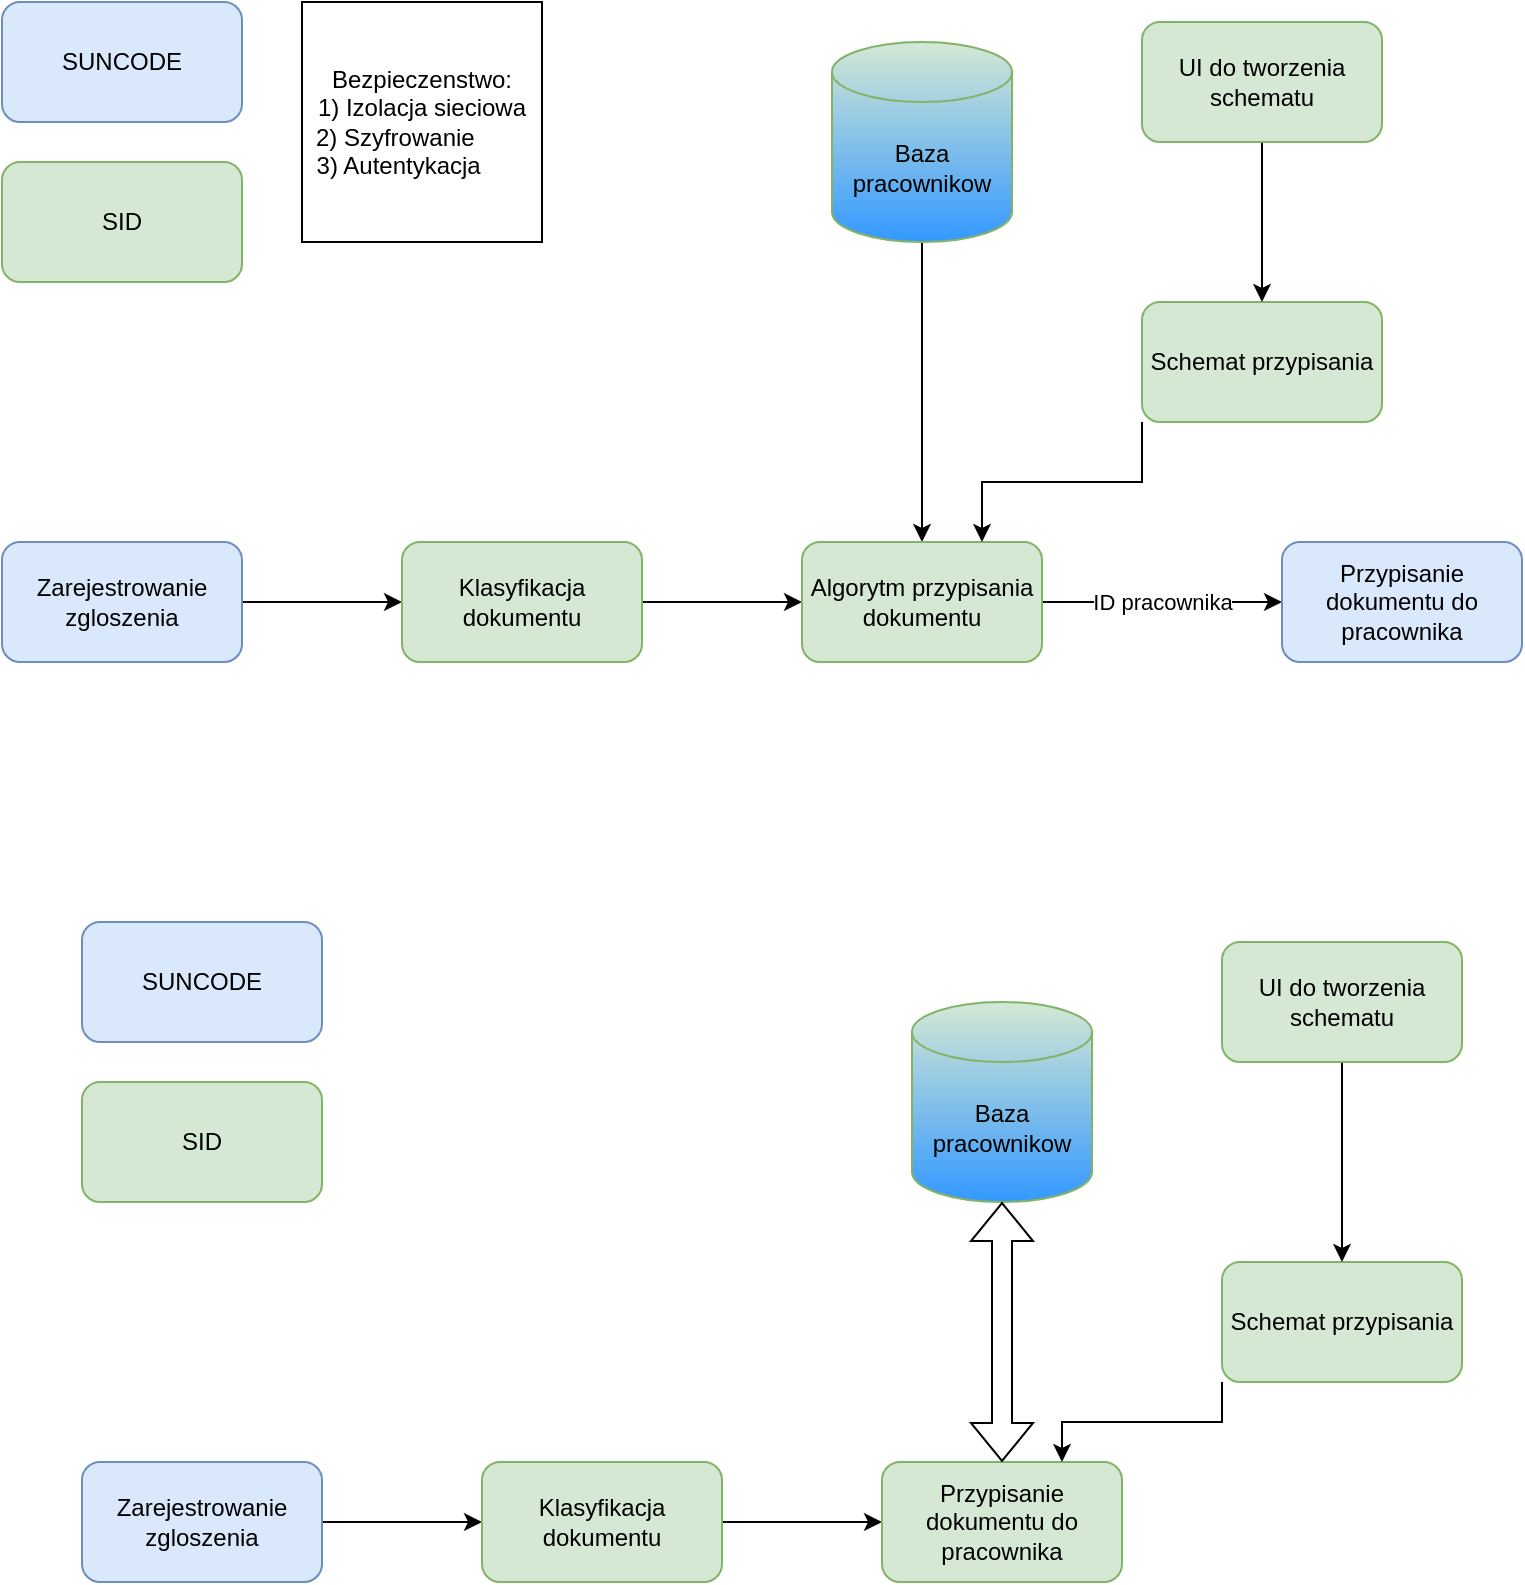
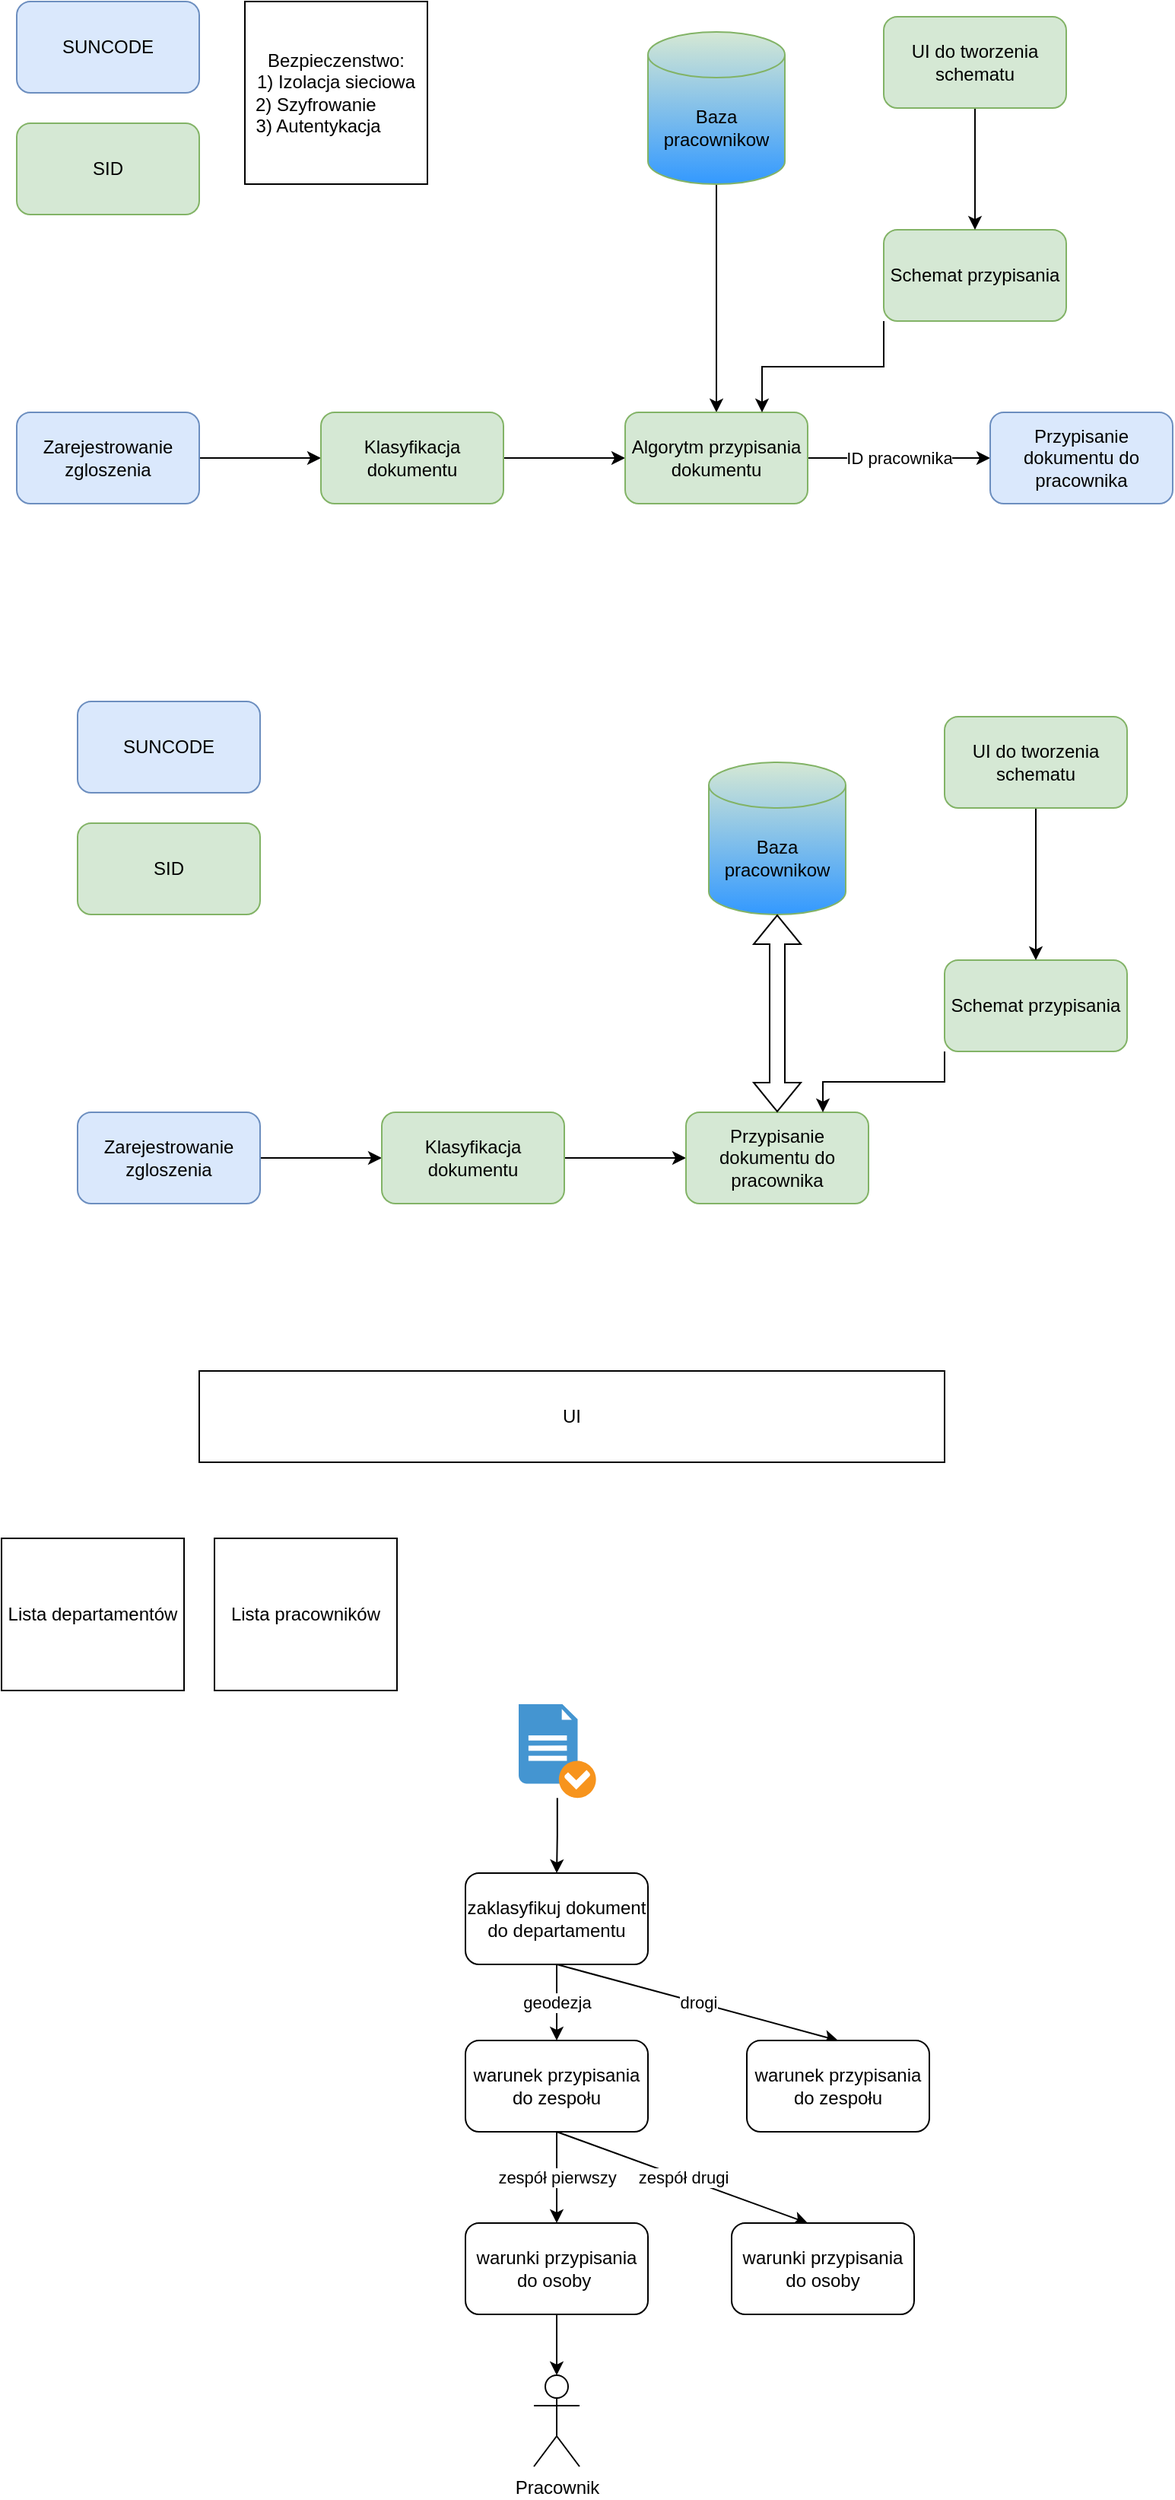
<mxfile host="Electron" agent="Mozilla/5.0 (Windows NT 10.0; Win64; x64) AppleWebKit/537.36 (KHTML, like Gecko) draw.io/29.6.6 Chrome/144.0.7559.236 Electron/40.8.4 Safari/537.36" version="29.6.6">
  <diagram name="Strona-1" id="Aqjeo5CYyHH1Kx1oHISR">
-     <mxGraphModel dx="1028" dy="611" grid="1" gridSize="10" guides="1" tooltips="1" connect="1" arrows="1" fold="1" page="1" pageScale="1" pageWidth="827" pageHeight="1169" math="0" shadow="0">
+     <mxGraphModel dx="1368" dy="813" grid="1" gridSize="10" guides="0" tooltips="1" connect="1" arrows="1" fold="1" page="1" pageScale="1" pageWidth="827" pageHeight="1169" math="0" shadow="0">
      <root>
        <mxCell id="0" />
        <mxCell id="1" parent="0" />
        <mxCell id="AZE4BpPo5r-lAegwchv_-10" edge="1" parent="1" source="AZE4BpPo5r-lAegwchv_-2" style="edgeStyle=orthogonalEdgeStyle;rounded=0;orthogonalLoop=1;jettySize=auto;html=1;exitX=1;exitY=0.5;exitDx=0;exitDy=0;" target="AZE4BpPo5r-lAegwchv_-9">
          <mxGeometry relative="1" as="geometry" />
        </mxCell>
        <mxCell id="AZE4BpPo5r-lAegwchv_-2" parent="1" style="rounded=1;whiteSpace=wrap;html=1;fillColor=#dae8fc;strokeColor=#6c8ebf;" value="Zarejestrowanie zgloszenia" vertex="1">
          <mxGeometry height="60" width="120" x="40" y="320" as="geometry" />
        </mxCell>
        <mxCell id="AZE4BpPo5r-lAegwchv_-20" edge="1" parent="1" source="AZE4BpPo5r-lAegwchv_-4" style="edgeStyle=orthogonalEdgeStyle;rounded=0;orthogonalLoop=1;jettySize=auto;html=1;exitX=0.5;exitY=1;exitDx=0;exitDy=0;exitPerimeter=0;entryX=0.5;entryY=0;entryDx=0;entryDy=0;" target="AZE4BpPo5r-lAegwchv_-11">
          <mxGeometry relative="1" as="geometry" />
        </mxCell>
        <mxCell id="AZE4BpPo5r-lAegwchv_-4" parent="1" style="shape=cylinder3;whiteSpace=wrap;html=1;boundedLbl=1;backgroundOutline=1;size=15;fillColor=#d5e8d4;strokeColor=#82b366;gradientColor=#3399FF;" value="Baza pracownikow" vertex="1">
          <mxGeometry height="100" width="90" x="455" y="70" as="geometry" />
        </mxCell>
        <mxCell id="AZE4BpPo5r-lAegwchv_-5" parent="1" style="rounded=1;whiteSpace=wrap;html=1;fillColor=#dae8fc;strokeColor=#6c8ebf;" value="SUNCODE" vertex="1">
          <mxGeometry height="60" width="120" x="40" y="50" as="geometry" />
        </mxCell>
        <mxCell id="AZE4BpPo5r-lAegwchv_-6" parent="1" style="rounded=1;whiteSpace=wrap;html=1;fillColor=#d5e8d4;strokeColor=#82b366;" value="SID" vertex="1">
          <mxGeometry height="60" width="120" x="40" y="130" as="geometry" />
        </mxCell>
        <mxCell id="AZE4BpPo5r-lAegwchv_-12" edge="1" parent="1" source="AZE4BpPo5r-lAegwchv_-9" style="edgeStyle=orthogonalEdgeStyle;rounded=0;orthogonalLoop=1;jettySize=auto;html=1;exitX=1;exitY=0.5;exitDx=0;exitDy=0;entryX=0;entryY=0.5;entryDx=0;entryDy=0;" target="AZE4BpPo5r-lAegwchv_-11">
          <mxGeometry relative="1" as="geometry" />
        </mxCell>
        <mxCell id="AZE4BpPo5r-lAegwchv_-9" parent="1" style="rounded=1;whiteSpace=wrap;html=1;fillColor=#d5e8d4;strokeColor=#82b366;" value="Klasyfikacja dokumentu" vertex="1">
          <mxGeometry height="60" width="120" x="240" y="320" as="geometry" />
        </mxCell>
        <mxCell id="AZE4BpPo5r-lAegwchv_-19" edge="1" parent="1" source="AZE4BpPo5r-lAegwchv_-11" style="edgeStyle=orthogonalEdgeStyle;rounded=0;orthogonalLoop=1;jettySize=auto;html=1;exitX=1;exitY=0.5;exitDx=0;exitDy=0;" target="AZE4BpPo5r-lAegwchv_-18" value="ID pracownika">
          <mxGeometry relative="1" as="geometry" />
        </mxCell>
        <mxCell id="AZE4BpPo5r-lAegwchv_-11" parent="1" style="rounded=1;whiteSpace=wrap;html=1;fillColor=#d5e8d4;strokeColor=#82b366;" value="Algorytm przypisania dokumentu" vertex="1">
          <mxGeometry height="60" width="120" x="440" y="320" as="geometry" />
        </mxCell>
        <mxCell id="AZE4BpPo5r-lAegwchv_-17" edge="1" parent="1" source="AZE4BpPo5r-lAegwchv_-14" style="edgeStyle=orthogonalEdgeStyle;rounded=0;orthogonalLoop=1;jettySize=auto;html=1;exitX=0;exitY=1;exitDx=0;exitDy=0;entryX=0.75;entryY=0;entryDx=0;entryDy=0;" target="AZE4BpPo5r-lAegwchv_-11">
          <mxGeometry relative="1" as="geometry" />
        </mxCell>
        <mxCell id="AZE4BpPo5r-lAegwchv_-14" parent="1" style="rounded=1;whiteSpace=wrap;html=1;fillColor=#d5e8d4;strokeColor=#82b366;" value="Schemat przypisania" vertex="1">
          <mxGeometry height="60" width="120" x="610" y="200" as="geometry" />
        </mxCell>
        <mxCell id="AZE4BpPo5r-lAegwchv_-16" edge="1" parent="1" source="AZE4BpPo5r-lAegwchv_-15" style="edgeStyle=orthogonalEdgeStyle;rounded=0;orthogonalLoop=1;jettySize=auto;html=1;exitX=0.5;exitY=1;exitDx=0;exitDy=0;entryX=0.5;entryY=0;entryDx=0;entryDy=0;" target="AZE4BpPo5r-lAegwchv_-14">
          <mxGeometry relative="1" as="geometry" />
        </mxCell>
        <mxCell id="AZE4BpPo5r-lAegwchv_-15" parent="1" style="rounded=1;whiteSpace=wrap;html=1;fillColor=#d5e8d4;strokeColor=#82b366;" value="UI do tworzenia schematu" vertex="1">
          <mxGeometry height="60" width="120" x="610" y="60" as="geometry" />
        </mxCell>
        <mxCell id="AZE4BpPo5r-lAegwchv_-18" parent="1" style="rounded=1;whiteSpace=wrap;html=1;fillColor=#dae8fc;strokeColor=#6c8ebf;" value="Przypisanie dokumentu do pracownika" vertex="1">
          <mxGeometry height="60" width="120" x="680" y="320" as="geometry" />
        </mxCell>
        <mxCell id="AZE4BpPo5r-lAegwchv_-21" edge="1" parent="1" source="AZE4BpPo5r-lAegwchv_-22" style="edgeStyle=orthogonalEdgeStyle;rounded=0;orthogonalLoop=1;jettySize=auto;html=1;exitX=1;exitY=0.5;exitDx=0;exitDy=0;" target="AZE4BpPo5r-lAegwchv_-28">
          <mxGeometry relative="1" as="geometry" />
        </mxCell>
        <mxCell id="AZE4BpPo5r-lAegwchv_-22" parent="1" style="rounded=1;whiteSpace=wrap;html=1;fillColor=#dae8fc;strokeColor=#6c8ebf;" value="Zarejestrowanie zgloszenia" vertex="1">
          <mxGeometry height="60" width="120" x="80" y="780" as="geometry" />
        </mxCell>
        <mxCell id="AZE4BpPo5r-lAegwchv_-24" parent="1" style="shape=cylinder3;whiteSpace=wrap;html=1;boundedLbl=1;backgroundOutline=1;size=15;fillColor=#d5e8d4;strokeColor=#82b366;gradientColor=#3399FF;" value="Baza pracownikow" vertex="1">
          <mxGeometry height="100" width="90" x="495" y="550" as="geometry" />
        </mxCell>
        <mxCell id="AZE4BpPo5r-lAegwchv_-25" parent="1" style="rounded=1;whiteSpace=wrap;html=1;fillColor=#dae8fc;strokeColor=#6c8ebf;" value="SUNCODE" vertex="1">
          <mxGeometry height="60" width="120" x="80" y="510" as="geometry" />
        </mxCell>
        <mxCell id="AZE4BpPo5r-lAegwchv_-26" parent="1" style="rounded=1;whiteSpace=wrap;html=1;fillColor=#d5e8d4;strokeColor=#82b366;" value="SID" vertex="1">
          <mxGeometry height="60" width="120" x="80" y="590" as="geometry" />
        </mxCell>
        <mxCell id="AZE4BpPo5r-lAegwchv_-27" edge="1" parent="1" source="AZE4BpPo5r-lAegwchv_-28" style="edgeStyle=orthogonalEdgeStyle;rounded=0;orthogonalLoop=1;jettySize=auto;html=1;exitX=1;exitY=0.5;exitDx=0;exitDy=0;entryX=0;entryY=0.5;entryDx=0;entryDy=0;" target="AZE4BpPo5r-lAegwchv_-30">
          <mxGeometry relative="1" as="geometry" />
        </mxCell>
        <mxCell id="AZE4BpPo5r-lAegwchv_-28" parent="1" style="rounded=1;whiteSpace=wrap;html=1;fillColor=#d5e8d4;strokeColor=#82b366;" value="Klasyfikacja dokumentu" vertex="1">
          <mxGeometry height="60" width="120" x="280" y="780" as="geometry" />
        </mxCell>
        <mxCell id="AZE4BpPo5r-lAegwchv_-30" parent="1" style="rounded=1;whiteSpace=wrap;html=1;fillColor=#d5e8d4;strokeColor=#82b366;" value="Przypisanie dokumentu do pracownika" vertex="1">
          <mxGeometry height="60" width="120" x="480" y="780" as="geometry" />
        </mxCell>
        <mxCell id="AZE4BpPo5r-lAegwchv_-31" edge="1" parent="1" source="AZE4BpPo5r-lAegwchv_-32" style="edgeStyle=orthogonalEdgeStyle;rounded=0;orthogonalLoop=1;jettySize=auto;html=1;exitX=0;exitY=1;exitDx=0;exitDy=0;entryX=0.75;entryY=0;entryDx=0;entryDy=0;" target="AZE4BpPo5r-lAegwchv_-30">
          <mxGeometry relative="1" as="geometry" />
        </mxCell>
        <mxCell id="AZE4BpPo5r-lAegwchv_-32" parent="1" style="rounded=1;whiteSpace=wrap;html=1;fillColor=#d5e8d4;strokeColor=#82b366;" value="Schemat przypisania" vertex="1">
          <mxGeometry height="60" width="120" x="650" y="680" as="geometry" />
        </mxCell>
        <mxCell id="AZE4BpPo5r-lAegwchv_-33" edge="1" parent="1" source="AZE4BpPo5r-lAegwchv_-34" style="edgeStyle=orthogonalEdgeStyle;rounded=0;orthogonalLoop=1;jettySize=auto;html=1;exitX=0.5;exitY=1;exitDx=0;exitDy=0;entryX=0.5;entryY=0;entryDx=0;entryDy=0;" target="AZE4BpPo5r-lAegwchv_-32">
          <mxGeometry relative="1" as="geometry" />
        </mxCell>
        <mxCell id="AZE4BpPo5r-lAegwchv_-34" parent="1" style="rounded=1;whiteSpace=wrap;html=1;fillColor=#d5e8d4;strokeColor=#82b366;" value="UI do tworzenia schematu" vertex="1">
          <mxGeometry height="60" width="120" x="650" y="520" as="geometry" />
        </mxCell>
        <mxCell id="AZE4BpPo5r-lAegwchv_-36" edge="1" parent="1" source="AZE4BpPo5r-lAegwchv_-30" style="shape=flexArrow;endArrow=classic;startArrow=classic;html=1;rounded=0;exitX=0.5;exitY=0;exitDx=0;exitDy=0;entryX=0.5;entryY=1;entryDx=0;entryDy=0;entryPerimeter=0;" target="AZE4BpPo5r-lAegwchv_-24" value="">
          <mxGeometry height="100" relative="1" width="100" as="geometry">
            <mxPoint x="360" y="650" as="sourcePoint" />
            <mxPoint x="460" y="550" as="targetPoint" />
          </mxGeometry>
        </mxCell>
        <mxCell id="AZE4BpPo5r-lAegwchv_-37" parent="1" style="whiteSpace=wrap;html=1;aspect=fixed;" value="Bezpieczenstwo:&lt;br&gt;1) Izolacja sieciowa&lt;div&gt;2) Szyfrowanie&amp;nbsp; &amp;nbsp; &amp;nbsp; &amp;nbsp;&amp;nbsp;&lt;/div&gt;&lt;div&gt;3) Autentykacja&amp;nbsp; &amp;nbsp; &amp;nbsp; &amp;nbsp;&lt;/div&gt;" vertex="1">
          <mxGeometry height="120" width="120" x="190" y="50" as="geometry" />
        </mxCell>
+         <mxCell id="AZE4BpPo5r-lAegwchv_-38" parent="1" style="rounded=0;whiteSpace=wrap;html=1;" value="UI" vertex="1">
+           <mxGeometry height="60" width="490" x="160" y="950" as="geometry" />
+         </mxCell>
+         <mxCell id="AZE4BpPo5r-lAegwchv_-39" parent="1" style="rounded=0;whiteSpace=wrap;html=1;" value="Lista pracowników" vertex="1">
+           <mxGeometry height="100" width="120" x="170" y="1060" as="geometry" />
+         </mxCell>
+         <mxCell id="AZE4BpPo5r-lAegwchv_-40" parent="1" style="rounded=0;whiteSpace=wrap;html=1;" value="Lista departamentów" vertex="1">
+           <mxGeometry height="100" width="120" x="30" y="1060" as="geometry" />
+         </mxCell>
+         <mxCell id="AZE4BpPo5r-lAegwchv_-41" parent="1" style="rounded=1;whiteSpace=wrap;html=1;" value="zaklasyfikuj dokument do departamentu" vertex="1">
+           <mxGeometry height="60" width="120" x="335" y="1280" as="geometry" />
+         </mxCell>
+         <mxCell id="AZE4BpPo5r-lAegwchv_-42" parent="1" style="rounded=1;whiteSpace=wrap;html=1;" value="warunek przypisania do zespołu" vertex="1">
+           <mxGeometry height="60" width="120" x="335" y="1390" as="geometry" />
+         </mxCell>
+         <mxCell id="AZE4BpPo5r-lAegwchv_-43" edge="1" parent="1" source="AZE4BpPo5r-lAegwchv_-41" style="endArrow=classic;html=1;rounded=0;exitX=0.5;exitY=1;exitDx=0;exitDy=0;entryX=0.5;entryY=0;entryDx=0;entryDy=0;" target="AZE4BpPo5r-lAegwchv_-42" value="geodezja">
+           <mxGeometry height="50" relative="1" width="50" as="geometry">
+             <mxPoint x="620" y="1330" as="sourcePoint" />
+             <mxPoint x="670" y="1280" as="targetPoint" />
+           </mxGeometry>
+         </mxCell>
+         <mxCell id="AZE4BpPo5r-lAegwchv_-44" parent="1" style="rounded=1;whiteSpace=wrap;html=1;" value="warunki przypisania do osoby&amp;nbsp;" vertex="1">
+           <mxGeometry height="60" width="120" x="335" y="1510" as="geometry" />
+         </mxCell>
+         <mxCell id="AZE4BpPo5r-lAegwchv_-46" edge="1" parent="1" source="AZE4BpPo5r-lAegwchv_-41" style="endArrow=classic;html=1;rounded=0;exitX=0.5;exitY=1;exitDx=0;exitDy=0;entryX=0.5;entryY=0;entryDx=0;entryDy=0;" value="drogi">
+           <mxGeometry height="50" relative="1" width="50" as="geometry">
+             <mxPoint x="720" y="1330" as="sourcePoint" />
+             <mxPoint x="580" y="1390" as="targetPoint" />
+           </mxGeometry>
+         </mxCell>
+         <mxCell id="AZE4BpPo5r-lAegwchv_-47" edge="1" parent="1" source="AZE4BpPo5r-lAegwchv_-42" style="endArrow=classic;html=1;rounded=0;exitX=0.5;exitY=1;exitDx=0;exitDy=0;entryX=0.5;entryY=0;entryDx=0;entryDy=0;" target="AZE4BpPo5r-lAegwchv_-44" value="zespół pierwszy">
+           <mxGeometry height="50" relative="1" width="50" as="geometry">
+             <mxPoint x="570" y="1410" as="sourcePoint" />
+             <mxPoint x="620" y="1360" as="targetPoint" />
+           </mxGeometry>
+         </mxCell>
+         <mxCell id="AZE4BpPo5r-lAegwchv_-49" edge="1" parent="1" source="AZE4BpPo5r-lAegwchv_-44" style="endArrow=classic;html=1;rounded=0;exitX=0.5;exitY=1;exitDx=0;exitDy=0;" value="">
+           <mxGeometry height="50" relative="1" width="50" as="geometry">
+             <mxPoint x="570" y="1410" as="sourcePoint" />
+             <mxPoint x="395" y="1610" as="targetPoint" />
+           </mxGeometry>
+         </mxCell>
+         <mxCell id="AZE4BpPo5r-lAegwchv_-50" edge="1" parent="1" source="AZE4BpPo5r-lAegwchv_-42" style="endArrow=classic;html=1;rounded=0;exitX=0.5;exitY=1;exitDx=0;exitDy=0;" value="zespół drugi">
+           <mxGeometry height="50" relative="1" width="50" as="geometry">
+             <mxPoint x="570" y="1410" as="sourcePoint" />
+             <mxPoint x="560" y="1510" as="targetPoint" />
+           </mxGeometry>
+         </mxCell>
+         <mxCell id="AZE4BpPo5r-lAegwchv_-51" parent="1" style="rounded=1;whiteSpace=wrap;html=1;" value="warunek przypisania do zespołu" vertex="1">
+           <mxGeometry height="60" width="120" x="520" y="1390" as="geometry" />
+         </mxCell>
+         <mxCell id="AZE4BpPo5r-lAegwchv_-52" parent="1" style="rounded=1;whiteSpace=wrap;html=1;" value="warunki przypisania do osoby" vertex="1">
+           <mxGeometry height="60" width="120" x="510" y="1510" as="geometry" />
+         </mxCell>
+         <mxCell id="AZE4BpPo5r-lAegwchv_-54" parent="1" style="shape=umlActor;verticalLabelPosition=bottom;verticalAlign=top;html=1;outlineConnect=0;" value="Pracownik" vertex="1">
+           <mxGeometry height="60" width="30" x="380" y="1610" as="geometry" />
+         </mxCell>
+         <mxCell id="AZE4BpPo5r-lAegwchv_-56" edge="1" parent="1" source="AZE4BpPo5r-lAegwchv_-55" style="edgeStyle=orthogonalEdgeStyle;rounded=0;orthogonalLoop=1;jettySize=auto;html=1;" target="AZE4BpPo5r-lAegwchv_-41">
+           <mxGeometry relative="1" as="geometry" />
+         </mxCell>
+         <mxCell id="AZE4BpPo5r-lAegwchv_-55" parent="1" style="shadow=0;dashed=0;html=1;strokeColor=none;fillColor=#4495D1;labelPosition=center;verticalLabelPosition=bottom;verticalAlign=top;align=center;outlineConnect=0;shape=mxgraph.veeam.checked_doc;" value="" vertex="1">
+           <mxGeometry height="61.6" width="50.8" x="370" y="1169" as="geometry" />
+         </mxCell>
      </root>
    </mxGraphModel>
  </diagram>
</mxfile>
